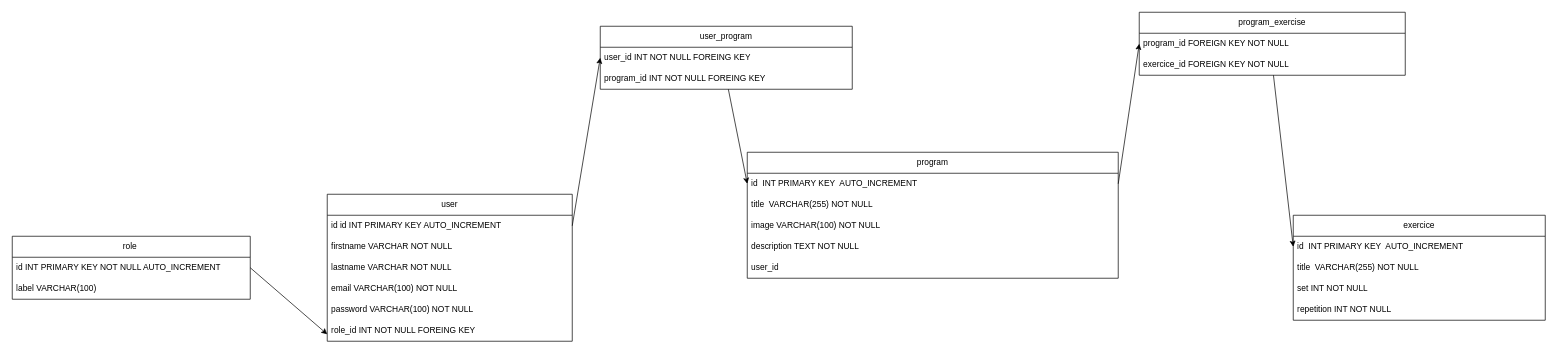
Before: client/public/modelisation/MPD.dio in mathildeglet-cmd/BYS, a draw.io diagram. Source tidied: cells renumbered, new cells numbered last; positions are measured from the earlier drawing's top-left corner, leaving out a move shared by most shapes. Both pictures are drawn from the tidied source at 70%, with x=0, y=0 at pixel (12, 12).
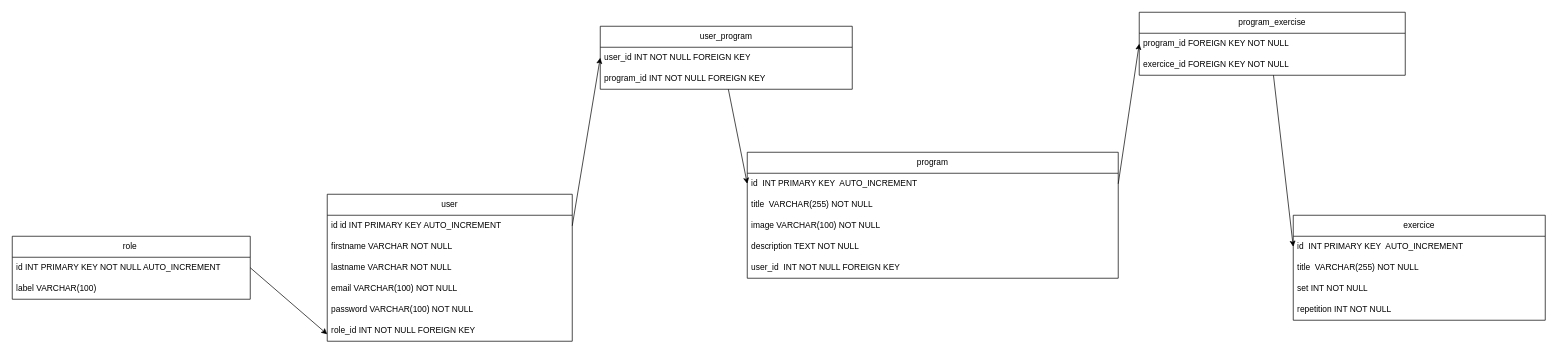
Above is the later version.

Unchanged cells that the change refers to:
```xml
<mxCell id="5" value="user" style="swimlane;fontStyle=0;horizontal=1;startSize=30;whiteSpace=wrap;html=1;" parent="1" vertex="1">
  <mxGeometry x="450" y="260" width="350" height="210" as="geometry" />
</mxCell>
<mxCell id="14" value="program" style="swimlane;fontStyle=0;horizontal=1;startSize=30;whiteSpace=wrap;html=1;" parent="1" vertex="1">
  <mxGeometry x="1050" y="200" width="530" height="180" as="geometry" />
</mxCell>
<mxCell id="30" value="user_program" style="swimlane;fontStyle=0;horizontal=1;startSize=30;whiteSpace=wrap;html=1;" parent="1" vertex="1">
  <mxGeometry x="840" y="20" width="360" height="90" as="geometry" />
</mxCell>
```

Diff of the diagram source:
```diff
@@
-    <mxCell id="11" value="role_id INT NOT NULL FOREING KEY" style="text;strokeColor=none;fillColor=none;align=left;verticalAlign=middle;spacingLeft=4;spacingRight=4;overflow=hidden;points=[[0,0.5],[1,0.5]];portConstraint=eastwest;whiteSpace=wrap;html=1;" parent="5" vertex="1">
+    <mxCell id="11" value="role_id INT NOT NULL FOREIGN KEY" style="text;strokeColor=none;fillColor=none;align=left;verticalAlign=middle;spacingLeft=4;spacingRight=4;overflow=hidden;points=[[0,0.5],[1,0.5]];portConstraint=eastwest;whiteSpace=wrap;html=1;" parent="5" vertex="1">
       <mxGeometry y="180" width="350" height="30" as="geometry" />
     </mxCell>
@@
-    <mxCell id="19" value="user_id" style="text;strokeColor=none;fillColor=none;align=left;verticalAlign=middle;spacingLeft=4;spacingRight=4;overflow=hidden;whiteSpace=wrap;html=1;" parent="14" vertex="1">
+    <mxCell id="19" value="user_id&amp;nbsp; INT NOT NULL FOREIGN KEY" style="text;strokeColor=none;fillColor=none;align=left;verticalAlign=middle;spacingLeft=4;spacingRight=4;overflow=hidden;whiteSpace=wrap;html=1;" parent="14" vertex="1">
       <mxGeometry y="150" width="530" height="30" as="geometry" />
     </mxCell>
@@
-    <mxCell id="31" value="user_id INT NOT NULL FOREING KEY" style="text;strokeColor=none;fillColor=none;align=left;verticalAlign=middle;spacingLeft=4;spacingRight=4;overflow=hidden;points=[[0,0.5],[1,0.5]];portConstraint=eastwest;whiteSpace=wrap;html=1;" parent="30" vertex="1">
+    <mxCell id="31" value="user_id INT NOT NULL FOREIGN KEY" style="text;strokeColor=none;fillColor=none;align=left;verticalAlign=middle;spacingLeft=4;spacingRight=4;overflow=hidden;points=[[0,0.5],[1,0.5]];portConstraint=eastwest;whiteSpace=wrap;html=1;" parent="30" vertex="1">
       <mxGeometry y="30" width="360" height="30" as="geometry" />
     </mxCell>
-    <mxCell id="32" value="program_id INT NOT NULL FOREING KEY" style="text;strokeColor=none;fillColor=none;align=left;verticalAlign=middle;spacingLeft=4;spacingRight=4;overflow=hidden;points=[[0,0.5],[1,0.5]];portConstraint=eastwest;whiteSpace=wrap;html=1;" parent="30" vertex="1">
+    <mxCell id="32" value="program_id INT NOT NULL FOREIGN KEY" style="text;strokeColor=none;fillColor=none;align=left;verticalAlign=middle;spacingLeft=4;spacingRight=4;overflow=hidden;points=[[0,0.5],[1,0.5]];portConstraint=eastwest;whiteSpace=wrap;html=1;" parent="30" vertex="1">
       <mxGeometry y="60" width="360" height="30" as="geometry" />
     </mxCell>
```
